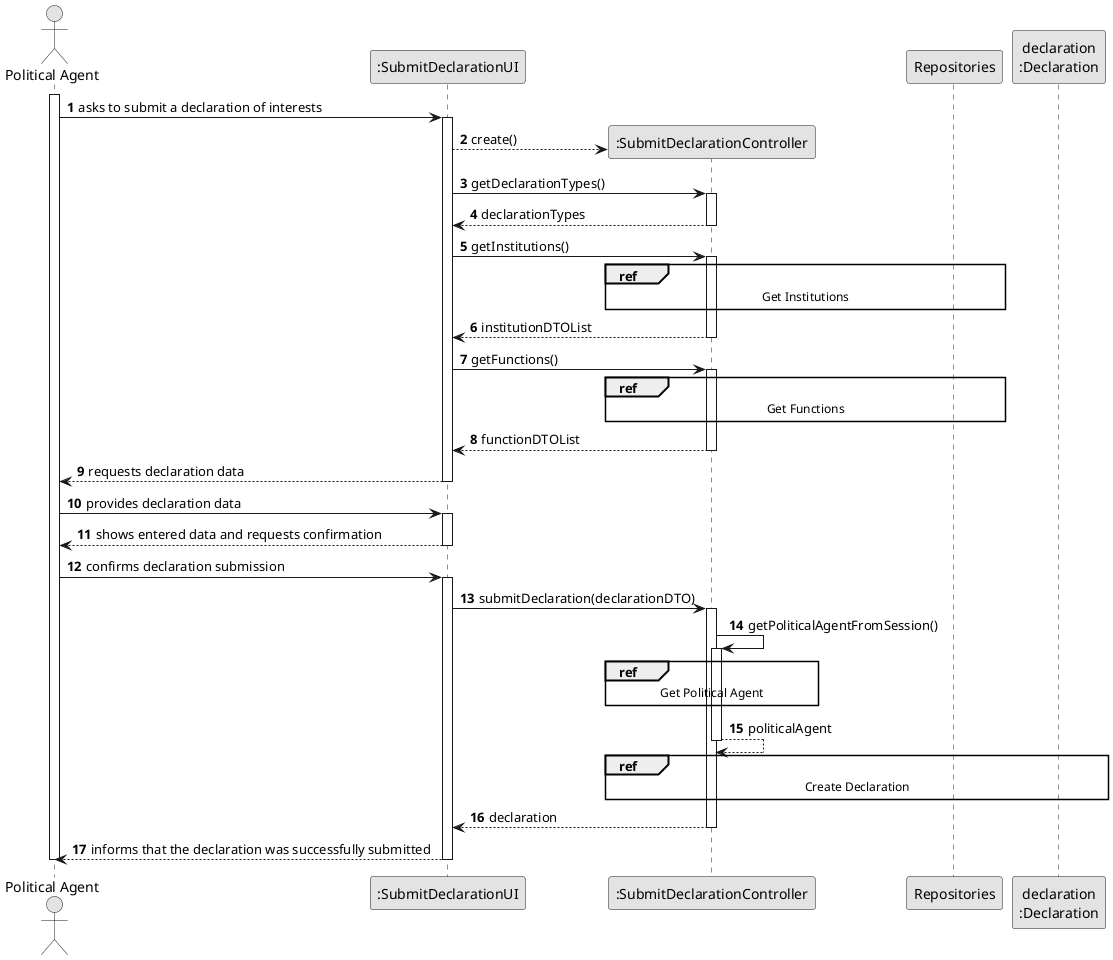
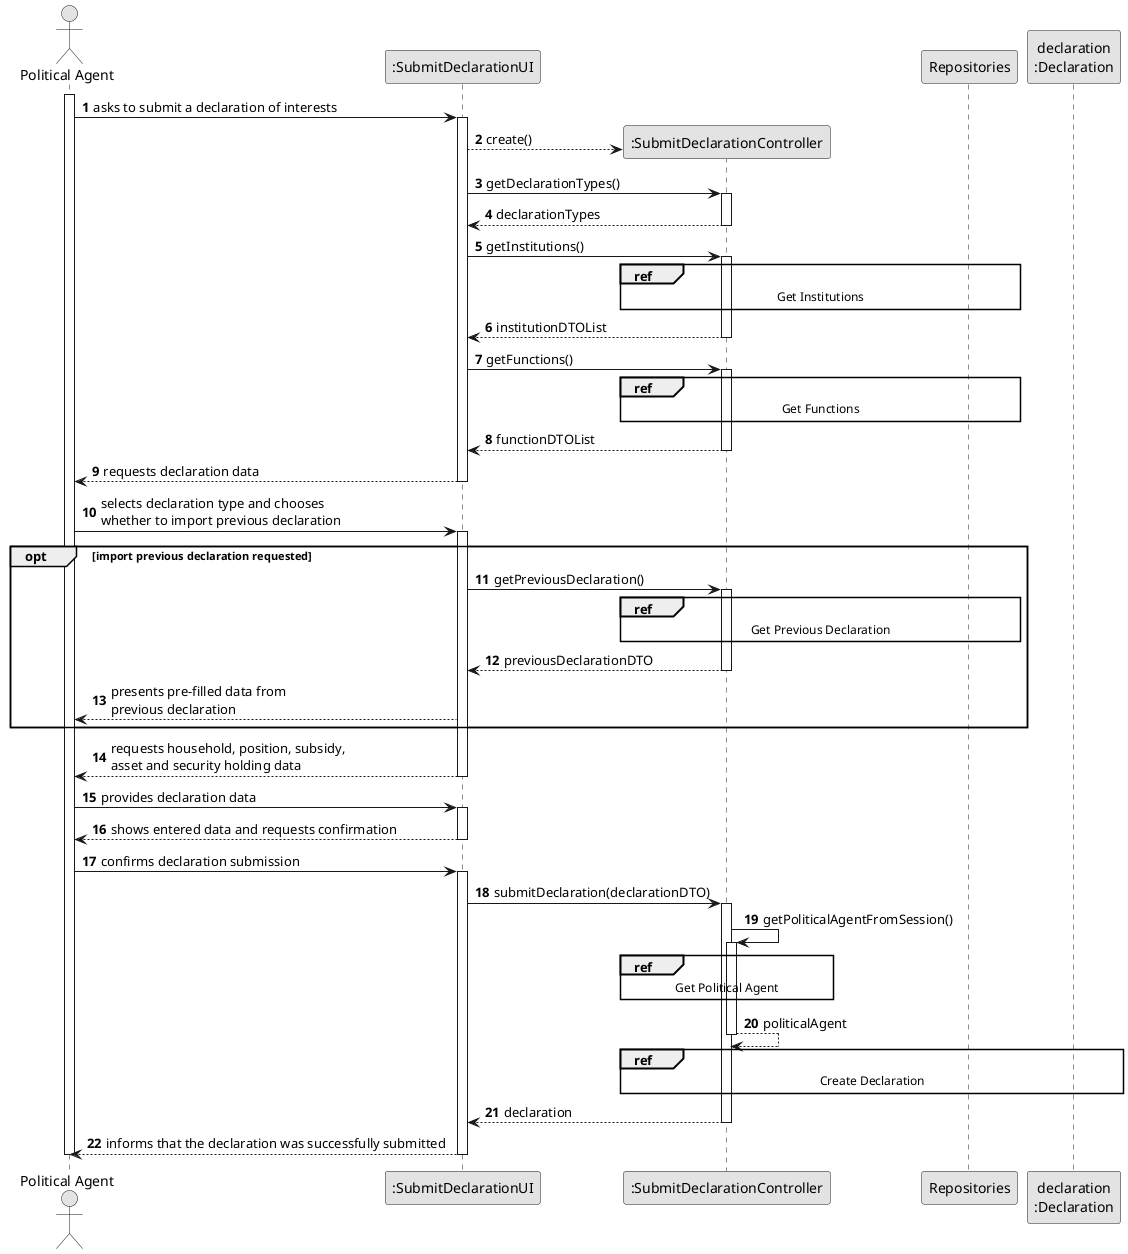
@startuml US006-SD-split
skinparam monochrome true
skinparam packageStyle rectangle
skinparam shadowing false

autonumber

actor "Political Agent" as PA

participant ":SubmitDeclarationUI" as UI
participant ":SubmitDeclarationController" as CTRL
participant "Repositories" as REPOS
participant "declaration\n:Declaration" as DECL

activate PA

    PA -> UI : asks to submit a declaration of interests
    activate UI
        UI --> CTRL** : create()

        UI -> CTRL : getDeclarationTypes()
        activate CTRL
            CTRL --> UI : declarationTypes
        deactivate CTRL

        UI -> CTRL : getInstitutions()
        activate CTRL
            ref over CTRL, REPOS
                Get Institutions
            end ref
            CTRL --> UI : institutionDTOList
        deactivate CTRL

        UI -> CTRL : getFunctions()
        activate CTRL
            ref over CTRL, REPOS
                Get Functions
            end ref
            CTRL --> UI : functionDTOList
        deactivate CTRL

        UI --> PA : requests declaration data
    deactivate UI

+     PA -> UI : selects declaration type and chooses\nwhether to import previous declaration
+     activate UI
+ 
+         opt import previous declaration requested
+             UI -> CTRL : getPreviousDeclaration()
+             activate CTRL
+                 ref over CTRL, REPOS
+                     Get Previous Declaration
+                 end ref
+                 CTRL --> UI : previousDeclarationDTO
+             deactivate CTRL
+ 
+             UI --> PA : presents pre-filled data from\nprevious declaration
+         end
+ 
+         UI --> PA : requests household, position, subsidy,\nasset and security holding data
+     deactivate UI
+ 
    PA -> UI : provides declaration data
    activate UI
        UI --> PA : shows entered data and requests confirmation
    deactivate UI

    PA -> UI : confirms declaration submission
    activate UI
        UI -> CTRL : submitDeclaration(declarationDTO)
        activate CTRL

            CTRL -> CTRL : getPoliticalAgentFromSession()
            activate CTRL
                ref over CTRL
                    Get Political Agent
                end ref
                CTRL --> CTRL : politicalAgent
            deactivate CTRL

            ref over CTRL, DECL
                Create Declaration
            end ref

            CTRL --> UI : declaration
        deactivate CTRL

        UI --> PA : informs that the declaration was successfully submitted
    deactivate UI

deactivate PA

- @enduml+ @enduml
